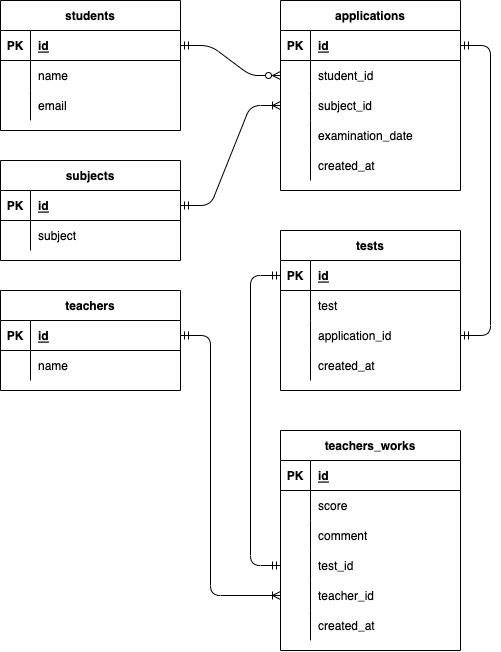
Before: index.drawio.png, a diagram exported from draw.io (zonoproject/excercise-db). Source tidied: cells renumbered, new cells last; positions are measured from the earlier drawing's top-left corner, leaving out a move shared by most shapes.
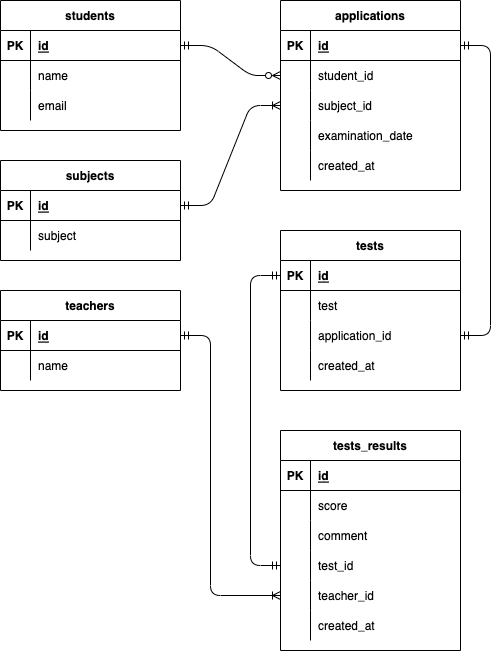
The same file after the commit.

Commit message:
fix_table_name

Diff of the diagram source:
```diff
@@ -122,7 +122,7 @@
     <mxCell id="41" value="subject" style="shape=partialRectangle;fillColor=none;top=0;left=0;bottom=0;right=0;align=left;spacingLeft=6;overflow=hidden;" parent="39" vertex="1">
       <mxGeometry x="30" width="150" height="30" as="geometry" />
     </mxCell>
-    <mxCell id="42" value="teachers_works" style="shape=table;startSize=30;rowLines=0;fontStyle=1;align=center;" parent="1" vertex="1">
+    <mxCell id="42" value="tests_results" style="shape=table;startSize=30;rowLines=0;fontStyle=1;align=center;" parent="1" vertex="1">
       <mxGeometry x="280" y="430" width="180" height="220" as="geometry" />
     </mxCell>
     <mxCell id="43" style="shape=partialRectangle;fillColor=none;top=0;left=0;bottom=1;right=0;" parent="42" vertex="1">
```
